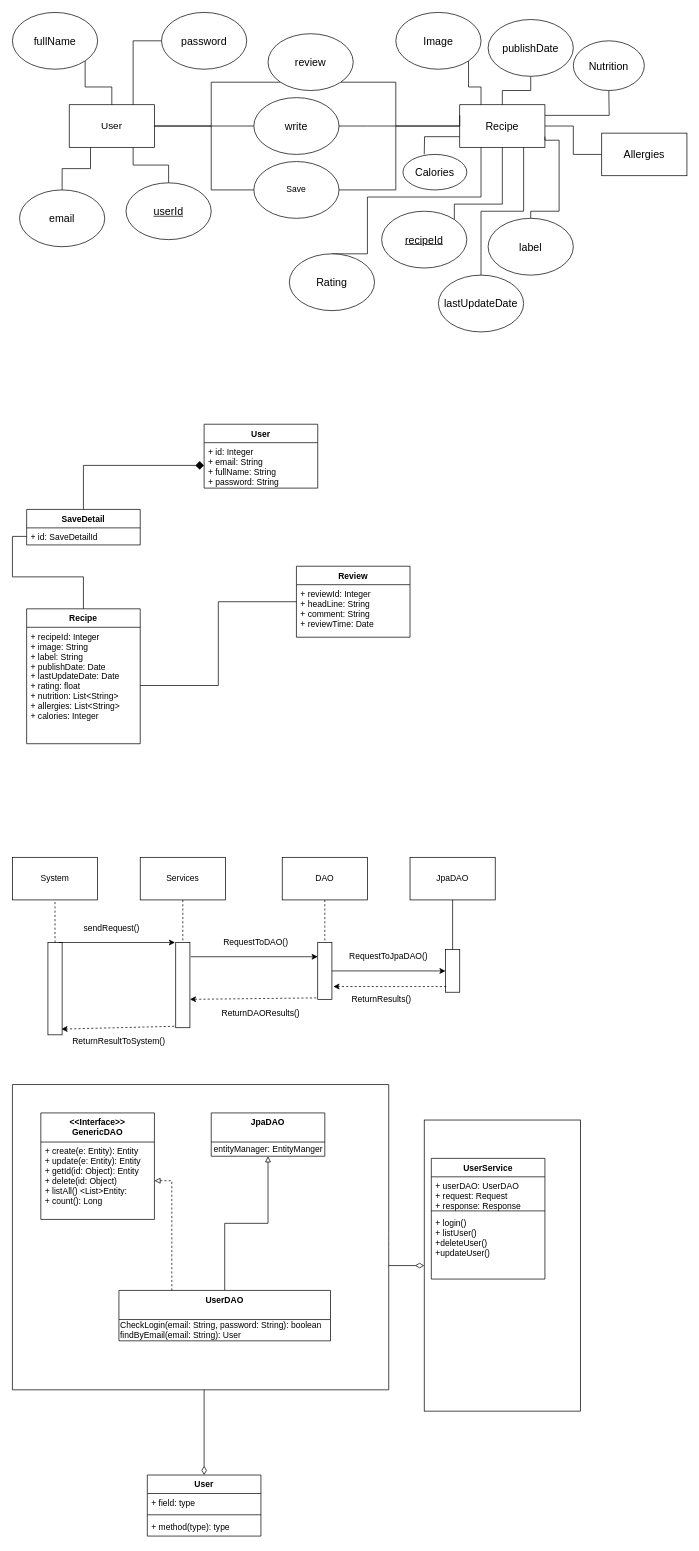
This is uml.drawio from XiaoyangYan/NewMeal, a draw.io file, before an edit. Source tidied: cells renumbered, new cells numbered last; positions are measured from the earlier drawing's top-left corner, leaving out a move shared by most shapes. Both pictures are drawn from the tidied source at 71%, with x=0, y=0 at pixel (12, 12).
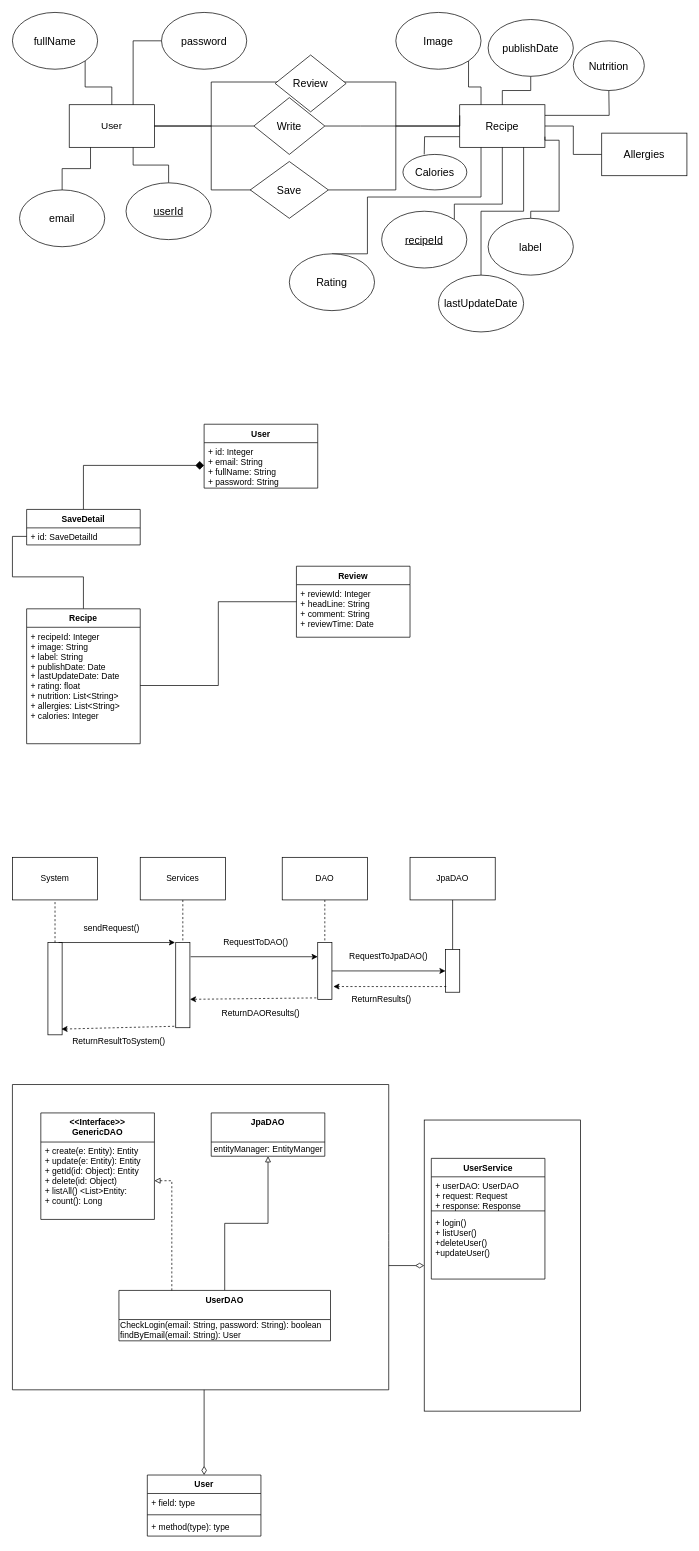
The same page after the edit.

The change refers to these unchanged cells:
```xml
<mxCell id="13" value="&lt;font style=&quot;font-size: 14px&quot;&gt;User&lt;/font&gt;" style="rounded=0;whiteSpace=wrap;html=1;" parent="1" vertex="1">
  <mxGeometry x="80" y="130" width="120" height="60" as="geometry" />
</mxCell>
<mxCell id="17" value="&lt;font style=&quot;font-size: 15px&quot;&gt;Recipe&lt;/font&gt;" style="rounded=0;whiteSpace=wrap;html=1;" parent="1" vertex="1">
  <mxGeometry x="630" y="130" width="120" height="60" as="geometry" />
</mxCell>
```

What changed in the source:
```diff
@@
-    <mxCell id="19" style="edgeStyle=orthogonalEdgeStyle;rounded=0;jettySize=auto;html=1;exitX=0;exitY=0.5;exitDx=0;exitDy=0;endArrow=none;endFill=0;" parent="1" edge="1" source="21">
+    <mxCell id="19" style="edgeStyle=orthogonalEdgeStyle;rounded=0;orthogonalLoop=1;jettySize=auto;html=1;exitX=0;exitY=0.5;exitDx=0;exitDy=0;endArrow=none;endFill=0;" parent="1" edge="1">
       <mxGeometry relative="1" as="geometry">
+        <mxPoint x="340" y="250" as="sourcePoint" />
         <mxPoint x="200" y="160" as="targetPoint" />
         <Array as="points">
           <mxPoint x="280" y="250" />
           <mxPoint x="280" y="160" />
         </Array>
       </mxGeometry>
     </mxCell>
@@
-    <mxCell id="21" value="Save" style="ellipse;whiteSpace=wrap;html=1;" parent="1" vertex="1">
-      <mxGeometry x="340" y="210" width="120" height="80" as="geometry" />
-    </mxCell>
-    <mxCell id="22" style="edgeStyle=orthogonalEdgeStyle;rounded=0;jettySize=auto;html=1;endArrow=none;endFill=0;" parent="1" edge="1" source="24">
+    <mxCell id="22" style="edgeStyle=orthogonalEdgeStyle;rounded=0;orthogonalLoop=1;jettySize=auto;html=1;endArrow=none;endFill=0;" parent="1" edge="1">
       <mxGeometry relative="1" as="geometry">
+        <mxPoint x="340" y="160" as="sourcePoint" />
         <mxPoint x="280" y="160" as="targetPoint" />
       </mxGeometry>
     </mxCell>
-    <mxCell id="23" style="edgeStyle=orthogonalEdgeStyle;rounded=0;jettySize=auto;html=1;strokeWidth=1;endArrow=none;endFill=0;" parent="1" edge="1" source="24">
+    <mxCell id="23" style="edgeStyle=orthogonalEdgeStyle;rounded=0;jettySize=auto;html=1;strokeWidth=1;endArrow=none;endFill=0;exitX=1;exitY=0.5;exitDx=0;exitDy=0;" parent="1" edge="1" source="98">
       <mxGeometry relative="1" as="geometry">
         <mxPoint x="540" y="160" as="targetPoint" />
       </mxGeometry>
     </mxCell>
-    <mxCell id="24" value="&lt;font style=&quot;font-size: 15px&quot;&gt;write&lt;/font&gt;" style="ellipse;whiteSpace=wrap;html=1;" parent="1" vertex="1">
-      <mxGeometry x="340" y="120" width="120" height="80" as="geometry" />
-    </mxCell>
-    <mxCell id="25" style="edgeStyle=orthogonalEdgeStyle;rounded=0;jettySize=auto;html=1;exitX=0;exitY=1;exitDx=0;exitDy=0;entryX=1;entryY=0.5;entryDx=0;entryDy=0;endArrow=none;endFill=0;" parent="1" edge="1" source="27" target="13">
-      <mxGeometry relative="1" as="geometry" />
+    <mxCell id="25" style="edgeStyle=orthogonalEdgeStyle;rounded=0;jettySize=auto;html=1;exitX=0;exitY=1;exitDx=0;exitDy=0;entryX=1;entryY=0.5;entryDx=0;entryDy=0;endArrow=none;endFill=0;" parent="1" edge="1" target="13">
+      <mxGeometry relative="1" as="geometry">
+        <mxPoint x="378" y="98" as="sourcePoint" />
+        <Array as="points">
+          <mxPoint x="280" y="98" />
+          <mxPoint x="280" y="160" />
+        </Array>
+      </mxGeometry>
     </mxCell>
-    <mxCell id="26" style="edgeStyle=orthogonalEdgeStyle;rounded=0;jettySize=auto;html=1;exitX=1;exitY=1;exitDx=0;exitDy=0;endArrow=none;endFill=0;entryX=0;entryY=0.25;entryDx=0;entryDy=0;" parent="1" edge="1" source="27" target="17">
+    <mxCell id="26" style="edgeStyle=orthogonalEdgeStyle;rounded=0;jettySize=auto;html=1;exitX=1;exitY=1;exitDx=0;exitDy=0;endArrow=none;endFill=0;entryX=0;entryY=0.25;entryDx=0;entryDy=0;" parent="1" edge="1" target="17">
       <mxGeometry relative="1" as="geometry">
+        <mxPoint x="462" y="98" as="sourcePoint" />
         <Array as="points">
           <mxPoint x="540" y="98" />
           <mxPoint x="540" y="160" />
           <mxPoint x="630" y="160" />
         </Array>
       </mxGeometry>
     </mxCell>
-    <mxCell id="27" value="&lt;font style=&quot;font-size: 15px&quot;&gt;review&lt;/font&gt;" style="ellipse;whiteSpace=wrap;html=1;" parent="1" vertex="1">
-      <mxGeometry x="360" y="30" width="120" height="80" as="geometry" />
-    </mxCell>
@@
+    <mxCell id="97" value="&lt;font style=&quot;font-size: 15px&quot;&gt;Review&lt;/font&gt;" style="rhombus;whiteSpace=wrap;html=1;" parent="1" vertex="1">
+      <mxGeometry x="370" y="60" width="100" height="80" as="geometry" />
+    </mxCell>
+    <mxCell id="98" value="&lt;font style=&quot;font-size: 15px&quot;&gt;Write&lt;/font&gt;" style="rhombus;whiteSpace=wrap;html=1;" parent="1" vertex="1">
+      <mxGeometry x="340" y="120" width="100" height="80" as="geometry" />
+    </mxCell>
+    <mxCell id="21" value="&lt;font style=&quot;font-size: 15px&quot;&gt;Save&lt;/font&gt;" style="rhombus;whiteSpace=wrap;html=1;" parent="1" vertex="1">
+      <mxGeometry x="335" y="210" width="110" height="80" as="geometry" />
+    </mxCell>
```
